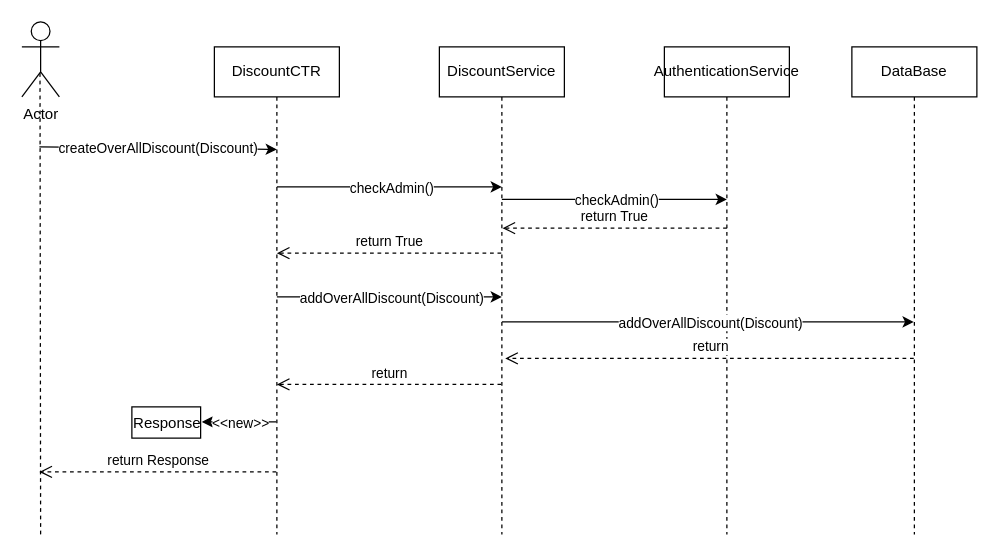
This is Sequence Diagrams/createOverallDiscount.drawio from gamdeeen/FawranWebService, a draw.io file, before an edit. Source tidied: cells renumbered, new cells numbered last; positions are measured from the earlier drawing's top-left corner, leaving out a move shared by most shapes. Both pictures are drawn from the tidied source at 125%, with x=0, y=0 at pixel (21, 21).
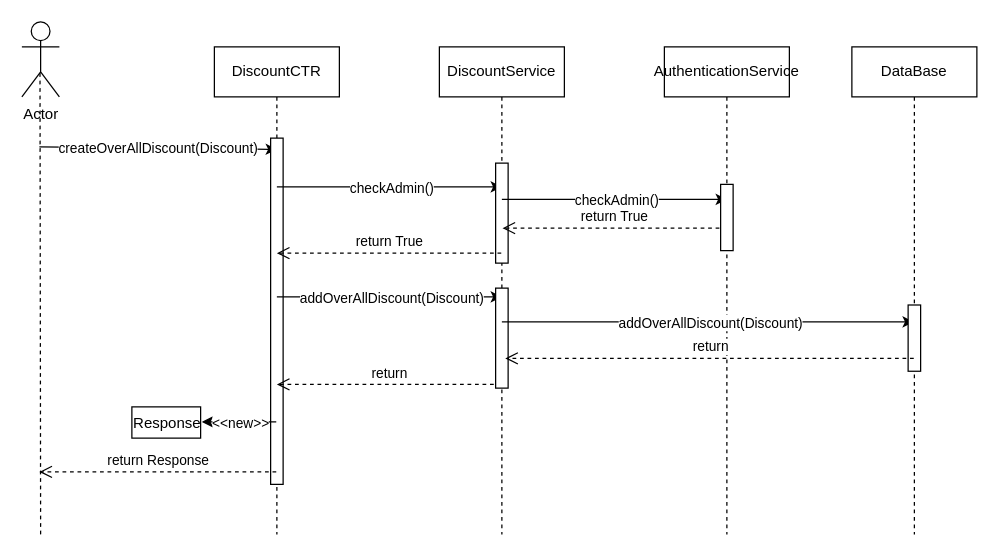
Above is the later version.

Commit message (it also covers changes not shown here):
Sequence Diagrams

The change refers to these unchanged cells:
```xml
<mxCell id="4" value="DiscountCTR" style="shape=umlLifeline;perimeter=lifelinePerimeter;whiteSpace=wrap;html=1;" parent="1" vertex="1">
  <mxGeometry x="154" y="20" width="100" height="390" as="geometry" />
</mxCell>
<mxCell id="7" value="DiscountService" style="shape=umlLifeline;perimeter=lifelinePerimeter;whiteSpace=wrap;html=1;" parent="1" vertex="1">
  <mxGeometry x="334" y="20" width="100" height="390" as="geometry" />
</mxCell>
<mxCell id="14" value="AuthenticationService" style="shape=umlLifeline;perimeter=lifelinePerimeter;whiteSpace=wrap;html=1;" parent="1" vertex="1">
  <mxGeometry x="514" y="20" width="100" height="390" as="geometry" />
</mxCell>
<mxCell id="20" value="DataBase" style="shape=umlLifeline;perimeter=lifelinePerimeter;whiteSpace=wrap;html=1;outlineConnect=0;" parent="1" vertex="1">
  <mxGeometry x="664" y="20" width="100" height="390" as="geometry" />
</mxCell>
```

What changed in the source:
```diff
@@
+    <mxCell id="26" style="html=1;perimeter=orthogonalPerimeter;" parent="4" vertex="1">
+      <mxGeometry x="45" y="73" width="10" height="277" as="geometry" />
+    </mxCell>
@@
+    <mxCell id="27" style="html=1;perimeter=orthogonalPerimeter;" parent="7" vertex="1">
+      <mxGeometry x="45" y="93" width="10" height="80" as="geometry" />
+    </mxCell>
+    <mxCell id="28" style="html=1;perimeter=orthogonalPerimeter;" parent="7" vertex="1">
+      <mxGeometry x="45" y="193" width="10" height="80" as="geometry" />
+    </mxCell>
@@
+    <mxCell id="29" style="html=1;perimeter=orthogonalPerimeter;" parent="14" vertex="1">
+      <mxGeometry x="45" y="110" width="10" height="53" as="geometry" />
+    </mxCell>
@@
+    <mxCell id="30" style="html=1;perimeter=orthogonalPerimeter;" parent="20" vertex="1">
+      <mxGeometry x="45" y="206.5" width="10" height="53" as="geometry" />
+    </mxCell>
```
